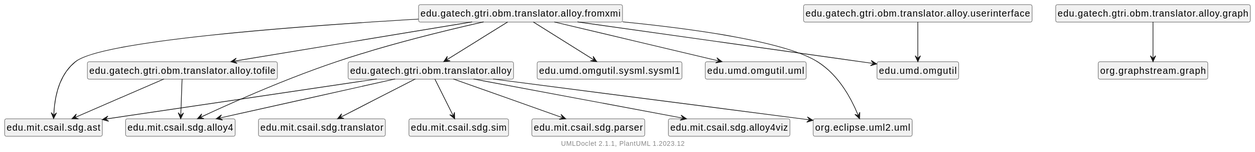
This is package-dependencies.svg from ontological-behavior-modeling/tester, a PlantUML export, as it was before one commit.
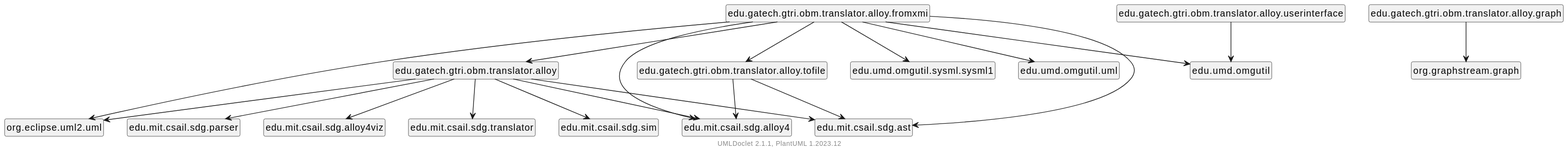
The same diagram one commit later.

What changed in the source:
```diff
@@ -5,35 +5,35 @@
     hide empty fields
     hide empty methods
 
-    edu.gatech.gtri.obm.translator.alloy --> org.eclipse.uml2.uml
     edu.gatech.gtri.obm.translator.alloy --> edu.mit.csail.sdg.parser
     edu.gatech.gtri.obm.translator.alloy --> edu.mit.csail.sdg.ast
+    edu.gatech.gtri.obm.translator.alloy --> org.eclipse.uml2.uml
     edu.gatech.gtri.obm.translator.alloy --> edu.mit.csail.sdg.alloy4viz
     edu.gatech.gtri.obm.translator.alloy --> edu.mit.csail.sdg.translator
     edu.gatech.gtri.obm.translator.alloy --> edu.mit.csail.sdg.alloy4
     edu.gatech.gtri.obm.translator.alloy --> edu.mit.csail.sdg.sim
-    edu.gatech.gtri.obm.translator.alloy.graph --> org.graphstream.graph
-    edu.gatech.gtri.obm.translator.alloy.tofile --> edu.mit.csail.sdg.ast
-    edu.gatech.gtri.obm.translator.alloy.tofile --> edu.mit.csail.sdg.alloy4
+    edu.gatech.gtri.obm.translator.alloy.fromxmi --> edu.gatech.gtri.obm.translator.alloy
+    edu.gatech.gtri.obm.translator.alloy.fromxmi --> edu.mit.csail.sdg.ast
     edu.gatech.gtri.obm.translator.alloy.fromxmi --> edu.gatech.gtri.obm.translator.alloy.tofile
+    edu.gatech.gtri.obm.translator.alloy.fromxmi --> edu.mit.csail.sdg.alloy4
     edu.gatech.gtri.obm.translator.alloy.fromxmi --> edu.umd.omgutil.sysml.sysml1
     edu.gatech.gtri.obm.translator.alloy.fromxmi --> edu.umd.omgutil
     edu.gatech.gtri.obm.translator.alloy.fromxmi --> org.eclipse.uml2.uml
-    edu.gatech.gtri.obm.translator.alloy.fromxmi --> edu.mit.csail.sdg.ast
     edu.gatech.gtri.obm.translator.alloy.fromxmi --> edu.umd.omgutil.uml
-    edu.gatech.gtri.obm.translator.alloy.fromxmi --> edu.gatech.gtri.obm.translator.alloy
-    edu.gatech.gtri.obm.translator.alloy.fromxmi --> edu.mit.csail.sdg.alloy4
+    edu.gatech.gtri.obm.translator.alloy.tofile --> edu.mit.csail.sdg.ast
+    edu.gatech.gtri.obm.translator.alloy.tofile --> edu.mit.csail.sdg.alloy4
     edu.gatech.gtri.obm.translator.alloy.userinterface --> edu.umd.omgutil
+    edu.gatech.gtri.obm.translator.alloy.graph --> org.graphstream.graph
 
     class "edu.gatech.gtri.obm.translator.alloy" [[edu/gatech/gtri/obm/translator/alloy/package-summary.html]] {
     }
-    class "edu.gatech.gtri.obm.translator.alloy.graph" [[edu/gatech/gtri/obm/translator/alloy/graph/package-summary.html]] {
+    class "edu.gatech.gtri.obm.translator.alloy.fromxmi" [[edu/gatech/gtri/obm/translator/alloy/fromxmi/package-summary.html]] {
     }
     class "edu.gatech.gtri.obm.translator.alloy.tofile" [[edu/gatech/gtri/obm/translator/alloy/tofile/package-summary.html]] {
     }
-    class "edu.gatech.gtri.obm.translator.alloy.fromxmi" [[edu/gatech/gtri/obm/translator/alloy/fromxmi/package-summary.html]] {
+    class "edu.gatech.gtri.obm.translator.alloy.userinterface" [[edu/gatech/gtri/obm/translator/alloy/userinterface/package-summary.html]] {
     }
-    class "edu.gatech.gtri.obm.translator.alloy.userinterface" [[edu/gatech/gtri/obm/translator/alloy/userinterface/package-summary.html]] {
+    class "edu.gatech.gtri.obm.translator.alloy.graph" [[edu/gatech/gtri/obm/translator/alloy/graph/package-summary.html]] {
     }
     center footer UMLDoclet 2.1.1, PlantUML %version()
 @enduml
```
